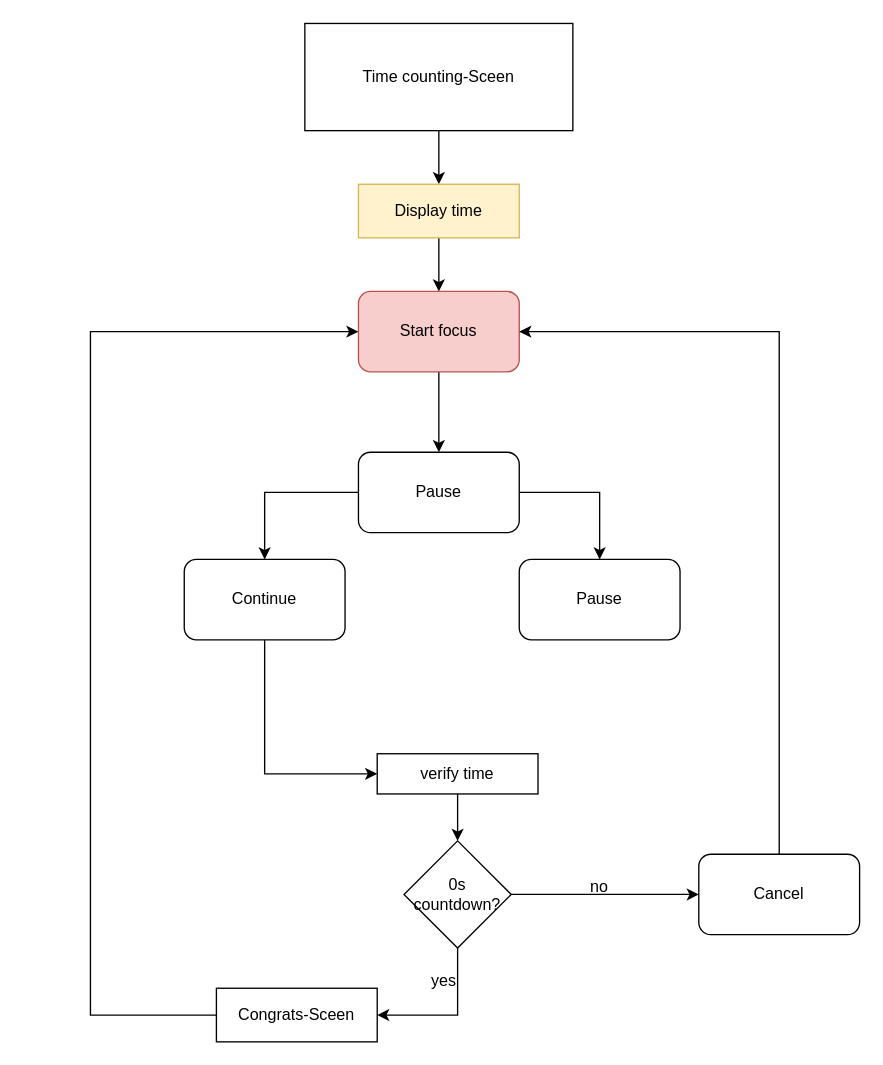
Before: page "Seite-3" (3 of 4) of Unbenanntes Diagramm.drawio in chauanhhhhh/Demo, a draw.io diagram. Source tidied: cells renumbered, new cells numbered last; positions are measured from the earlier drawing's top-left corner, leaving out a move shared by most shapes. Both pictures are drawn from the tidied source at 134%, with x=0, y=0 at pixel (90, 23).
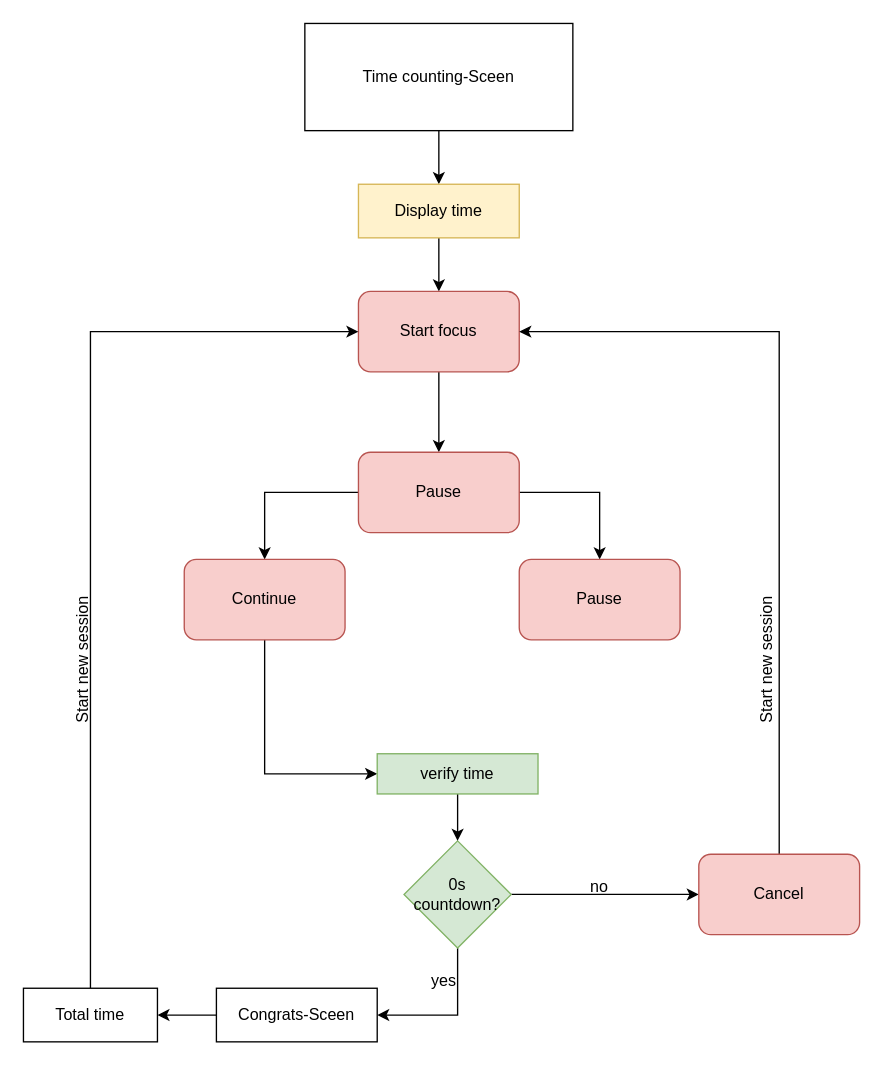
Above is the later version.

Unchanged cells that the change refers to:
```xml
<mxCell id="7" value="Start focus" style="rounded=1;whiteSpace=wrap;html=1;fillColor=#f8cecc;strokeColor=#b85450;" parent="1" vertex="1">
  <mxGeometry x="200" y="200" width="120" height="60" as="geometry" />
</mxCell>
<mxCell id="18" value="Congrats-Sceen" style="rounded=0;whiteSpace=wrap;html=1;" parent="1" vertex="1">
  <mxGeometry x="94" y="720" width="120" height="40" as="geometry" />
</mxCell>
```

The edit, as a diff of the source:
```diff
@@
-    <mxCell id="10" value="Pause" style="rounded=1;whiteSpace=wrap;html=1;" parent="1" vertex="1">
+    <mxCell id="10" value="Pause" style="rounded=1;whiteSpace=wrap;html=1;fillColor=#f8cecc;strokeColor=#b85450;" parent="1" vertex="1">
       <mxGeometry x="200" y="320" width="120" height="60" as="geometry" />
     </mxCell>
@@
-    <mxCell id="12" value="Continue" style="rounded=1;whiteSpace=wrap;html=1;" parent="1" vertex="1">
+    <mxCell id="12" value="Continue" style="rounded=1;whiteSpace=wrap;html=1;fillColor=#f8cecc;strokeColor=#b85450;" parent="1" vertex="1">
       <mxGeometry x="70" y="400" width="120" height="60" as="geometry" />
     </mxCell>
-    <mxCell id="13" value="Pause" style="rounded=1;whiteSpace=wrap;html=1;" parent="1" vertex="1">
+    <mxCell id="13" value="Pause" style="rounded=1;whiteSpace=wrap;html=1;fillColor=#f8cecc;strokeColor=#b85450;" parent="1" vertex="1">
       <mxGeometry x="320" y="400" width="120" height="60" as="geometry" />
     </mxCell>
@@
-    <mxCell id="16" value="0s countdown?" style="rhombus;whiteSpace=wrap;html=1;" parent="1" vertex="1">
+    <mxCell id="16" value="0s countdown?" style="rhombus;whiteSpace=wrap;html=1;fillColor=#d5e8d4;strokeColor=#82b366;" parent="1" vertex="1">
       <mxGeometry x="234" y="610" width="80" height="80" as="geometry" />
     </mxCell>
-    <mxCell id="17" style="edgeStyle=orthogonalEdgeStyle;rounded=0;jettySize=auto;html=1;exitX=0;exitY=0.5;exitDx=0;exitDy=0;entryX=0;entryY=0.5;entryDx=0;entryDy=0;" parent="1" edge="1" source="18" target="7">
-      <mxGeometry relative="1" as="geometry">
-        <Array as="points">
-          <mxPoint y="740" />
-          <mxPoint y="230" />
-        </Array>
-      </mxGeometry>
-    </mxCell>
+    <mxCell id="25" style="edgeStyle=orthogonalEdgeStyle;rounded=0;jettySize=auto;html=1;exitX=0;exitY=0.5;exitDx=0;exitDy=0;entryX=1;entryY=0.5;entryDx=0;entryDy=0;" parent="1" edge="1" source="18" target="27">
+      <mxGeometry relative="1" as="geometry" />
+    </mxCell>
@@
-    <mxCell id="21" value="Cancel" style="rounded=1;whiteSpace=wrap;html=1;" parent="1" vertex="1">
+    <mxCell id="21" value="Cancel" style="rounded=1;whiteSpace=wrap;html=1;fillColor=#f8cecc;strokeColor=#b85450;" parent="1" vertex="1">
       <mxGeometry x="454" y="620" width="120" height="60" as="geometry" />
     </mxCell>
@@
-    <mxCell id="23" value="verify time" style="rounded=0;whiteSpace=wrap;html=1;" parent="1" vertex="1">
+    <mxCell id="23" value="verify time" style="rounded=0;whiteSpace=wrap;html=1;fillColor=#d5e8d4;strokeColor=#82b366;" parent="1" vertex="1">
       <mxGeometry x="214" y="545" width="120" height="30" as="geometry" />
     </mxCell>
@@
+    <mxCell id="26" style="edgeStyle=orthogonalEdgeStyle;rounded=0;jettySize=auto;html=1;exitX=0.5;exitY=0;exitDx=0;exitDy=0;entryX=0;entryY=0.5;entryDx=0;entryDy=0;" parent="1" edge="1" source="27" target="7">
+      <mxGeometry relative="1" as="geometry" />
+    </mxCell>
+    <mxCell id="27" value="Total time" style="rounded=0;whiteSpace=wrap;html=1;" parent="1" vertex="1">
+      <mxGeometry x="-50" y="720" width="100" height="40" as="geometry" />
+    </mxCell>
+    <mxCell id="28" value="Start new session" style="text;html=1;align=center;verticalAlign=middle;whiteSpace=wrap;rounded=0;rotation=270;" parent="1" vertex="1">
+      <mxGeometry x="-70" y="460" width="130" height="30" as="geometry" />
+    </mxCell>
+    <mxCell id="29" value="Start new session" style="text;html=1;align=center;verticalAlign=middle;whiteSpace=wrap;rounded=0;rotation=270;" parent="1" vertex="1">
+      <mxGeometry x="440" y="460" width="130" height="30" as="geometry" />
+    </mxCell>
```
